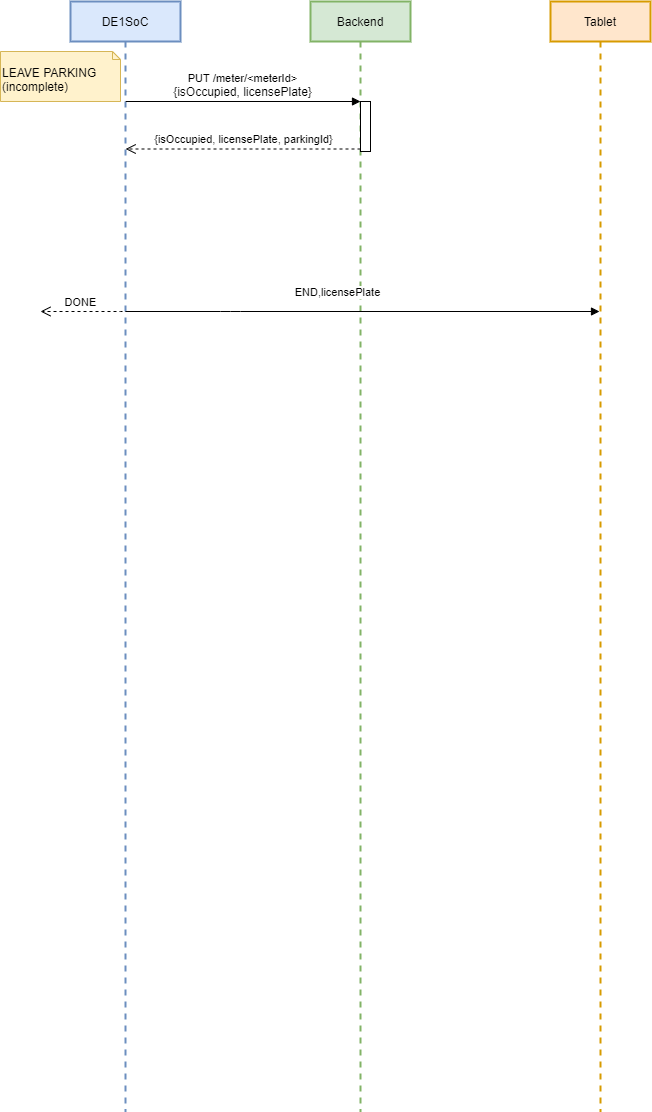
The draw.io diagram static/leaving_edit.drawio.png in rmcreyes/cpen391-backend, before a commit. Source tidied: cells renumbered, new cells last; positions are measured from the earlier drawing's top-left corner, leaving out a move shared by most shapes. The source it was exported from:
```xml
<mxGraphModel>
  <root>
    <mxCell id="0" />
    <mxCell id="1" parent="0" />
    <mxCell id="2" value="Tablet" style="shape=umlLifeline;perimeter=lifelinePerimeter;whiteSpace=wrap;html=1;outlineConnect=0;fillColor=#ffe6cc;strokeColor=#d79b00;strokeWidth=2;" parent="1" vertex="1">
      <mxGeometry x="550" width="100" height="1110" as="geometry" />
    </mxCell>
    <mxCell id="3" value="DE1SoC" style="shape=umlLifeline;perimeter=lifelinePerimeter;whiteSpace=wrap;html=1;outlineConnect=0;fillColor=#dae8fc;strokeColor=#6c8ebf;strokeWidth=2;" parent="1" vertex="1">
      <mxGeometry x="70" width="110" height="1110" as="geometry" />
    </mxCell>
    <mxCell id="4" value="Backend" style="shape=umlLifeline;perimeter=lifelinePerimeter;whiteSpace=wrap;html=1;fillColor=#d5e8d4;strokeColor=#82b366;strokeWidth=2;" parent="1" vertex="1">
      <mxGeometry x="310" width="100" height="1110" as="geometry" />
    </mxCell>
    <mxCell id="5" style="html=1;points=[];perimeter=orthogonalPerimeter;" parent="4" vertex="1">
      <mxGeometry x="50" y="100" width="10" height="50" as="geometry" />
    </mxCell>
    <mxCell id="6" value="LEAVE PARKING&lt;br&gt;(incomplete)" style="shape=note2;boundedLbl=1;whiteSpace=wrap;html=1;size=8;verticalAlign=top;align=left;fillColor=#fff2cc;strokeColor=#d6b656;" parent="4" vertex="1">
      <mxGeometry x="-310" y="50" width="120" height="50" as="geometry" />
    </mxCell>
    <mxCell id="7" value="{isOccupied, licensePlate, parkingId}" style="html=1;verticalAlign=bottom;endArrow=open;dashed=1;endSize=8;exitX=0;exitY=0.95;" parent="4" edge="1" source="5">
      <mxGeometry relative="1" as="geometry">
        <mxPoint x="-184.8" y="147.5" as="targetPoint" />
      </mxGeometry>
    </mxCell>
    <mxCell id="8" value="&lt;span style=&quot;background-color: rgb(255 , 255 , 255)&quot;&gt;PUT /meter/&amp;lt;meterId&amp;gt;&lt;br&gt;&lt;span style=&quot;font-size: 12px&quot;&gt;{isOccupied, licensePlate}&lt;/span&gt;&lt;/span&gt;" style="html=1;verticalAlign=bottom;endArrow=block;entryX=0;entryY=0;" parent="4" edge="1" target="5">
      <mxGeometry relative="1" as="geometry">
        <mxPoint x="-184.8" y="100" as="sourcePoint" />
      </mxGeometry>
    </mxCell>
    <mxCell id="9" value="END,licensePlate" style="html=1;verticalAlign=bottom;endArrow=block;" parent="4" edge="1" target="2">
      <mxGeometry x="-0.11" y="10" relative="1" as="geometry">
        <mxPoint x="-184.8" y="310" as="sourcePoint" />
        <Array as="points">
          <mxPoint x="-80" y="310" />
        </Array>
      </mxGeometry>
    </mxCell>
    <mxCell id="10" value="DONE" style="html=1;verticalAlign=bottom;endArrow=open;dashed=1;endSize=8;" parent="1" edge="1">
      <mxGeometry x="0.15" relative="1" as="geometry">
        <mxPoint x="134" y="310" as="sourcePoint" />
        <mxPoint x="40" y="310" as="targetPoint" />
        <Array as="points">
          <mxPoint x="110" y="310" />
        </Array>
      </mxGeometry>
    </mxCell>
  </root>
</mxGraphModel>
```
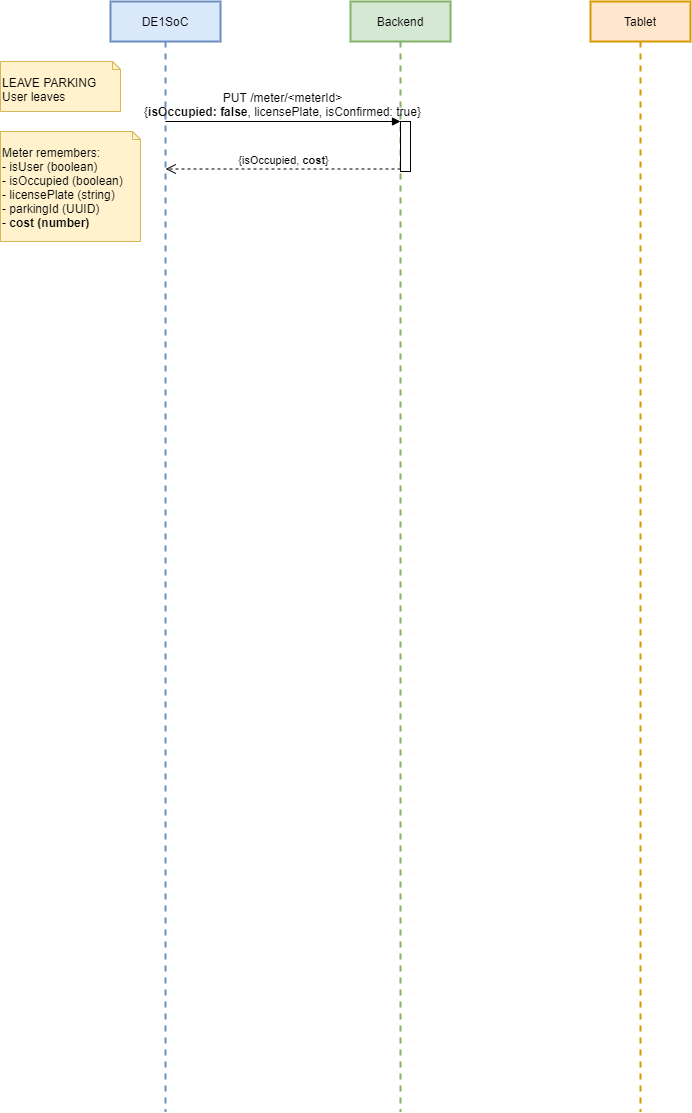
The same file after the commit.

The edit, as a diff of the source:
```diff
@@ -11,38 +11,22 @@
     <mxCell id="4" value="Backend" style="shape=umlLifeline;perimeter=lifelinePerimeter;whiteSpace=wrap;html=1;fillColor=#d5e8d4;strokeColor=#82b366;strokeWidth=2;" parent="1" vertex="1">
       <mxGeometry x="310" width="100" height="1110" as="geometry" />
     </mxCell>
-    <mxCell id="5" style="html=1;points=[];perimeter=orthogonalPerimeter;" parent="4" vertex="1">
-      <mxGeometry x="50" y="100" width="10" height="50" as="geometry" />
-    </mxCell>
-    <mxCell id="6" value="LEAVE PARKING&lt;br&gt;(incomplete)" style="shape=note2;boundedLbl=1;whiteSpace=wrap;html=1;size=8;verticalAlign=top;align=left;fillColor=#fff2cc;strokeColor=#d6b656;" parent="4" vertex="1">
-      <mxGeometry x="-310" y="50" width="120" height="50" as="geometry" />
+    <mxCell id="6" value="LEAVE PARKING&lt;br&gt;User leaves" style="shape=note2;boundedLbl=1;whiteSpace=wrap;html=1;size=8;verticalAlign=top;align=left;fillColor=#fff2cc;strokeColor=#d6b656;" parent="1" vertex="1">
+      <mxGeometry x="-40" y="60" width="120" height="50" as="geometry" />
     </mxCell>
-    <mxCell id="7" value="{isOccupied, licensePlate, parkingId}" style="html=1;verticalAlign=bottom;endArrow=open;dashed=1;endSize=8;exitX=0;exitY=0.95;" parent="4" edge="1" source="5">
-      <mxGeometry relative="1" as="geometry">
-        <mxPoint x="-184.8" y="147.5" as="targetPoint" />
-      </mxGeometry>
-    </mxCell>
-    <mxCell id="8" value="&lt;span style=&quot;background-color: rgb(255 , 255 , 255)&quot;&gt;PUT /meter/&amp;lt;meterId&amp;gt;&lt;br&gt;&lt;span style=&quot;font-size: 12px&quot;&gt;{isOccupied, licensePlate}&lt;/span&gt;&lt;/span&gt;" style="html=1;verticalAlign=bottom;endArrow=block;entryX=0;entryY=0;" parent="4" edge="1" target="5">
-      <mxGeometry relative="1" as="geometry">
-        <mxPoint x="-184.8" y="100" as="sourcePoint" />
-      </mxGeometry>
-    </mxCell>
-    <mxCell id="9" value="END,licensePlate" style="html=1;verticalAlign=bottom;endArrow=block;" parent="4" edge="1" target="2">
-      <mxGeometry x="-0.11" y="10" relative="1" as="geometry">
-        <mxPoint x="-184.8" y="310" as="sourcePoint" />
-        <Array as="points">
-          <mxPoint x="-80" y="310" />
-        </Array>
-      </mxGeometry>
-    </mxCell>
-    <mxCell id="10" value="DONE" style="html=1;verticalAlign=bottom;endArrow=open;dashed=1;endSize=8;" parent="1" edge="1">
-      <mxGeometry x="0.15" relative="1" as="geometry">
-        <mxPoint x="134" y="310" as="sourcePoint" />
-        <mxPoint x="40" y="310" as="targetPoint" />
-        <Array as="points">
-          <mxPoint x="110" y="310" />
-        </Array>
-      </mxGeometry>
-    </mxCell>
+    <mxCell id="11" value="&lt;span style=&quot;font-size: 12px&quot;&gt;PUT /meter/&amp;lt;meterId&amp;gt;&lt;br&gt;{&lt;b&gt;isOccupied: false&lt;/b&gt;, licensePlate, isConfirmed: true}&lt;/span&gt;" style="html=1;verticalAlign=bottom;endArrow=block;entryX=0;entryY=0;labelBackgroundColor=none;" parent="1" edge="1" target="13">
+      <mxGeometry relative="1" as="geometry">
+        <mxPoint x="124.8" y="120" as="sourcePoint" />
+      </mxGeometry>
+    </mxCell>
+    <mxCell id="12" value="{isOccupied, &lt;b&gt;cost&lt;/b&gt;}" style="html=1;verticalAlign=bottom;endArrow=open;dashed=1;endSize=8;exitX=0;exitY=0.95;labelBackgroundColor=none;" parent="1" edge="1" source="13" target="3">
+      <mxGeometry relative="1" as="geometry" />
+    </mxCell>
+    <mxCell id="13" style="html=1;points=[];perimeter=orthogonalPerimeter;" parent="1" vertex="1">
+      <mxGeometry x="360" y="120" width="10" height="50" as="geometry" />
+    </mxCell>
+    <mxCell id="14" value="&lt;blockquote style=&quot;margin: 0 0 0 40px ; border: none ; padding: 0px&quot;&gt;&lt;/blockquote&gt;Meter remembers:&lt;br&gt;- isUser (boolean)&lt;br&gt;- isOccupied (boolean)&lt;br&gt;- licensePlate (string)&lt;br&gt;- parkingId (UUID)&lt;br&gt;- &lt;b&gt;cost (number)&lt;/b&gt;" style="shape=note2;boundedLbl=1;whiteSpace=wrap;html=1;size=8;verticalAlign=top;align=left;fillColor=#fff2cc;strokeColor=#d6b656;" parent="1" vertex="1">
+      <mxGeometry x="-40" y="130" width="140" height="110" as="geometry" />
+    </mxCell>
   </root>
 </mxGraphModel>
```
